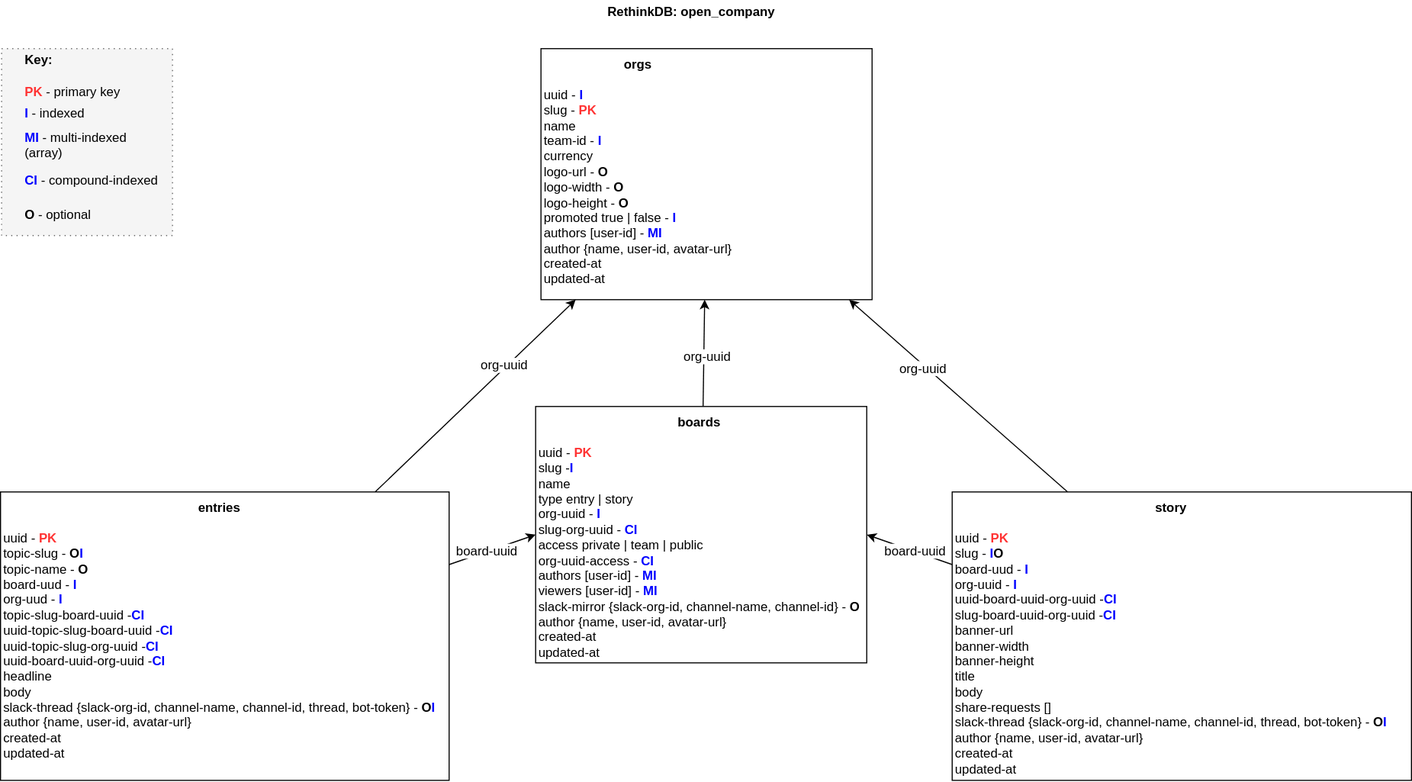
This is docs/Storage-Schema.svg from open-company/open-company-storage, a draw.io export, as it was before one commit. Source tidied: cells renumbered, new cells last; positions are measured from the earlier drawing's top-left corner, leaving out a move shared by most shapes.
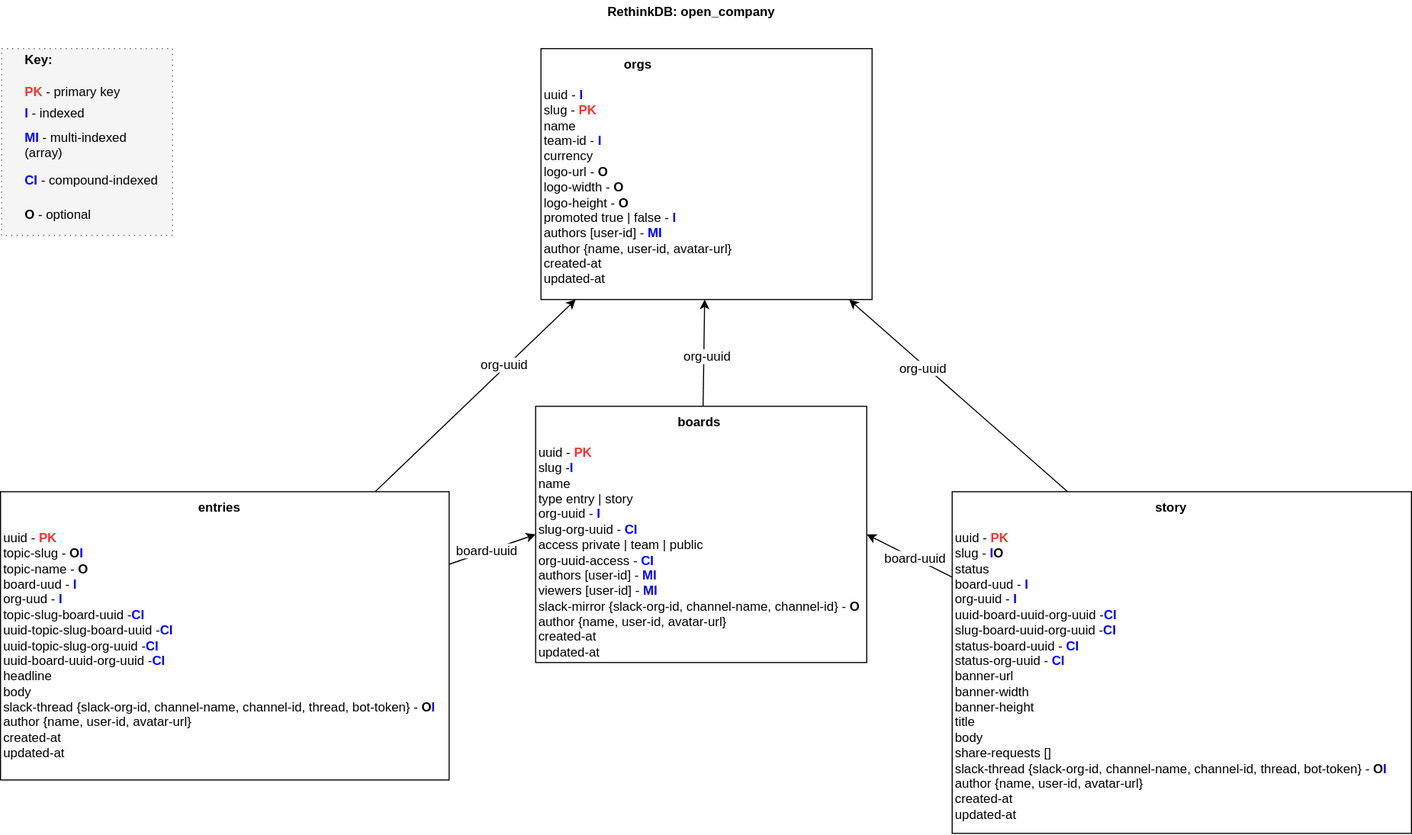
The same file after the commit.

Commit message:
Update story prop from state to status. Include in indexes and in retrieval filters.

What changed in the source:
```diff
@@ -17,8 +17,8 @@
     <mxCell id="6" value="org-uuid" style="text;html=1;align=center;verticalAlign=middle;labelBackgroundColor=#ffffff;fontSize=12;fontColor=#000000;" parent="5" vertex="1">
       <mxGeometry x="-0.04" y="-3" relative="1" as="geometry" />
     </mxCell>
-    <mxCell id="7" value="&lt;div style=&quot;text-align: center&quot;&gt;&lt;div&gt;&lt;font color=&quot;#000000&quot;&gt;&lt;b&gt;story&lt;/b&gt;&lt;/font&gt;&lt;/div&gt;&lt;div&gt;&lt;font color=&quot;#000000&quot;&gt;&lt;br&gt;&lt;/font&gt;&lt;/div&gt;&lt;div style=&quot;text-align: left&quot;&gt;&lt;font color=&quot;#000000&quot;&gt;uuid -&amp;nbsp;&lt;/font&gt;&lt;font color=&quot;#ff3333&quot;&gt;&lt;b&gt;PK&lt;/b&gt;&lt;/font&gt;&lt;br&gt;&lt;/div&gt;&lt;div style=&quot;text-align: left&quot;&gt;slug -&amp;nbsp;&lt;b&gt;&lt;font color=&quot;#0000ff&quot;&gt;I&lt;/font&gt;O&lt;/b&gt;&lt;/div&gt;&lt;div style=&quot;text-align: left&quot;&gt;&lt;span&gt;board-uud -&amp;nbsp;&lt;/span&gt;&lt;b&gt;&lt;font color=&quot;#0000ff&quot;&gt;I&lt;/font&gt;&lt;/b&gt;&lt;br&gt;&lt;/div&gt;&lt;div style=&quot;text-align: left&quot;&gt;&lt;span&gt;org-uuid&lt;/span&gt;&lt;font color=&quot;#000000&quot;&gt;&amp;nbsp;-&amp;nbsp;&lt;/font&gt;&lt;font color=&quot;#0000ff&quot;&gt;&lt;b&gt;I&lt;/b&gt;&lt;/font&gt;&lt;br&gt;&lt;/div&gt;&lt;div style=&quot;text-align: left&quot;&gt;uuid-board-uuid-org-uuid -&lt;font color=&quot;#0000ff&quot;&gt;&lt;b&gt;CI&lt;/b&gt;&lt;/font&gt;&lt;span&gt;&lt;br&gt;&lt;/span&gt;&lt;/div&gt;&lt;div style=&quot;text-align: left&quot;&gt;slug-board-uuid-org-uuid -&lt;font color=&quot;#0000ff&quot;&gt;&lt;b&gt;CI&lt;/b&gt;&lt;/font&gt;&lt;font color=&quot;#0000ff&quot;&gt;&lt;b&gt;&lt;br&gt;&lt;/b&gt;&lt;/font&gt;&lt;/div&gt;&lt;div style=&quot;text-align: left&quot;&gt;&lt;div&gt;banner-url&lt;br&gt;&lt;/div&gt;&lt;div&gt;banner-width&lt;/div&gt;&lt;div&gt;banner-height&lt;/div&gt;&lt;/div&gt;&lt;div style=&quot;text-align: left&quot;&gt;&lt;span&gt;title&lt;/span&gt;&lt;br&gt;&lt;/div&gt;&lt;div style=&quot;text-align: left&quot;&gt;body&lt;/div&gt;&lt;div style=&quot;text-align: left&quot;&gt;share-requests []&lt;/div&gt;&lt;div style=&quot;text-align: left&quot;&gt;&lt;div&gt;slack-thread {slack-org-id, channel-name, channel-id, thread, bot-token} - &lt;b&gt;O&lt;font color=&quot;#0000ff&quot;&gt;I&lt;/font&gt;&lt;/b&gt;&lt;/div&gt;&lt;/div&gt;&lt;div style=&quot;text-align: left&quot;&gt;&lt;span&gt;author {name, user-id, avatar-url}&lt;/span&gt;&lt;br&gt;&lt;/div&gt;&lt;div style=&quot;text-align: left&quot;&gt;&lt;span&gt;created-at&lt;/span&gt;&lt;br&gt;&lt;/div&gt;&lt;div style=&quot;text-align: left&quot;&gt;&lt;font color=&quot;#000000&quot;&gt;updated-at&lt;/font&gt;&lt;/div&gt;&lt;/div&gt;" style="whiteSpace=wrap;html=1;fontSize=12;fontColor=#000000;align=left;verticalAlign=top;" parent="1" vertex="1">
-      <mxGeometry x="891" y="460" width="430" height="270" as="geometry" />
+    <mxCell id="7" value="&lt;div style=&quot;text-align: center&quot;&gt;&lt;div&gt;&lt;font color=&quot;#000000&quot;&gt;&lt;b&gt;story&lt;/b&gt;&lt;/font&gt;&lt;/div&gt;&lt;div&gt;&lt;font color=&quot;#000000&quot;&gt;&lt;br&gt;&lt;/font&gt;&lt;/div&gt;&lt;div style=&quot;text-align: left&quot;&gt;&lt;font color=&quot;#000000&quot;&gt;uuid -&amp;nbsp;&lt;/font&gt;&lt;font color=&quot;#ff3333&quot;&gt;&lt;b&gt;PK&lt;/b&gt;&lt;/font&gt;&lt;br&gt;&lt;/div&gt;&lt;div style=&quot;text-align: left&quot;&gt;slug -&amp;nbsp;&lt;b&gt;&lt;font color=&quot;#0000ff&quot;&gt;I&lt;/font&gt;O&lt;/b&gt;&lt;/div&gt;&lt;div style=&quot;text-align: left&quot;&gt;&lt;span&gt;status&lt;/span&gt;&lt;/div&gt;&lt;div style=&quot;text-align: left&quot;&gt;&lt;span&gt;board-uud -&amp;nbsp;&lt;/span&gt;&lt;b&gt;&lt;font color=&quot;#0000ff&quot;&gt;I&lt;/font&gt;&lt;/b&gt;&lt;br&gt;&lt;/div&gt;&lt;div style=&quot;text-align: left&quot;&gt;&lt;span&gt;org-uuid&lt;/span&gt;&lt;font color=&quot;#000000&quot;&gt;&amp;nbsp;-&amp;nbsp;&lt;/font&gt;&lt;font color=&quot;#0000ff&quot;&gt;&lt;b&gt;I&lt;/b&gt;&lt;/font&gt;&lt;br&gt;&lt;/div&gt;&lt;div style=&quot;text-align: left&quot;&gt;&lt;span&gt;uuid-board-uuid-org-uuid -&lt;/span&gt;&lt;font color=&quot;#0000ff&quot;&gt;&lt;b&gt;CI&lt;/b&gt;&lt;/font&gt;&lt;br&gt;&lt;/div&gt;&lt;div style=&quot;text-align: left&quot;&gt;slug-board-uuid-org-uuid -&lt;font color=&quot;#0000ff&quot;&gt;&lt;b&gt;CI&lt;/b&gt;&lt;/font&gt;&lt;font color=&quot;#0000ff&quot;&gt;&lt;b&gt;&lt;br&gt;&lt;/b&gt;&lt;/font&gt;&lt;/div&gt;&lt;div style=&quot;text-align: left&quot;&gt;&lt;div&gt;status-board-uuid&amp;nbsp;&lt;span&gt;-&amp;nbsp;&lt;/span&gt;&lt;font color=&quot;#0000ff&quot;&gt;&lt;b&gt;CI&lt;/b&gt;&lt;/font&gt;&lt;/div&gt;&lt;/div&gt;&lt;div style=&quot;text-align: left&quot;&gt;&lt;div&gt;status-org-uuid&amp;nbsp;-&amp;nbsp;&lt;font color=&quot;#0000ff&quot;&gt;&lt;b&gt;CI&lt;/b&gt;&lt;/font&gt;&lt;br&gt;&lt;/div&gt;&lt;div&gt;banner-url&lt;br&gt;&lt;/div&gt;&lt;div&gt;banner-width&lt;/div&gt;&lt;div&gt;banner-height&lt;/div&gt;&lt;/div&gt;&lt;div style=&quot;text-align: left&quot;&gt;&lt;span&gt;title&lt;/span&gt;&lt;br&gt;&lt;/div&gt;&lt;div style=&quot;text-align: left&quot;&gt;body&lt;/div&gt;&lt;div style=&quot;text-align: left&quot;&gt;share-requests []&lt;/div&gt;&lt;div style=&quot;text-align: left&quot;&gt;&lt;div&gt;slack-thread {slack-org-id, channel-name, channel-id, thread, bot-token} - &lt;b&gt;O&lt;font color=&quot;#0000ff&quot;&gt;I&lt;/font&gt;&lt;/b&gt;&lt;/div&gt;&lt;/div&gt;&lt;div style=&quot;text-align: left&quot;&gt;&lt;span&gt;author {name, user-id, avatar-url}&lt;/span&gt;&lt;br&gt;&lt;/div&gt;&lt;div style=&quot;text-align: left&quot;&gt;&lt;span&gt;created-at&lt;/span&gt;&lt;br&gt;&lt;/div&gt;&lt;div style=&quot;text-align: left&quot;&gt;&lt;font color=&quot;#000000&quot;&gt;updated-at&lt;/font&gt;&lt;/div&gt;&lt;/div&gt;" style="whiteSpace=wrap;html=1;fontSize=12;fontColor=#000000;align=left;verticalAlign=top;" parent="1" vertex="1">
+      <mxGeometry x="891" y="460" width="430" height="320" as="geometry" />
     </mxCell>
     <mxCell id="8" value="&lt;b&gt;Key:&lt;/b&gt;" style="text;html=1;strokeColor=none;fillColor=none;align=left;verticalAlign=middle;whiteSpace=wrap;" parent="1" vertex="1">
       <mxGeometry x="21" y="45" width="40" height="20" as="geometry" />
```
